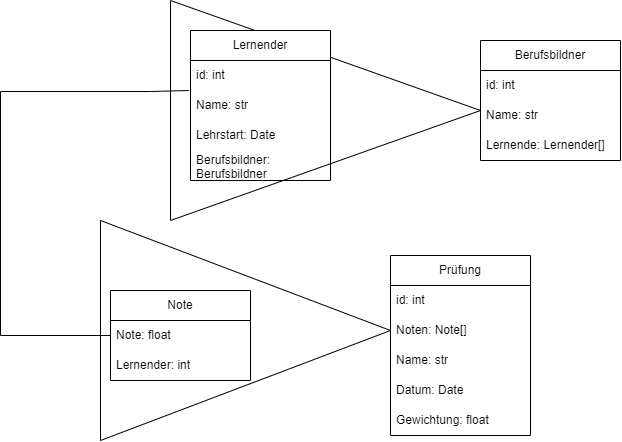
mariotraub/m165 keeps this draw.io diagram as kn-m-02/scheme.png. Above is the earlier version. Source tidied: cells renumbered, new cells last; positions are measured from the earlier drawing's top-left corner, leaving out a move shared by most shapes.
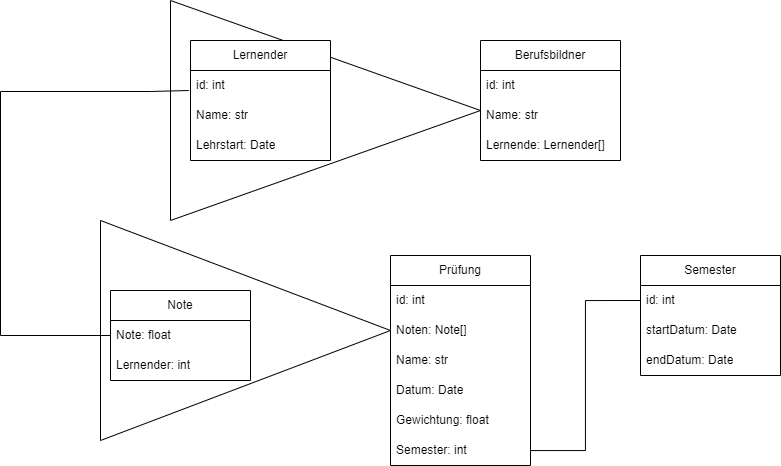
The same diagram one commit later.

What changed in the source:
```diff
@@ -18,7 +18,7 @@
       <mxGeometry y="90" width="140" height="30" as="geometry" />
     </mxCell>
     <mxCell id="7" value="Prüfung" style="swimlane;fontStyle=0;horizontal=1;startSize=30;whiteSpace=wrap;html=1;" parent="1" vertex="1">
-      <mxGeometry x="390" y="255" width="140" height="180" as="geometry" />
+      <mxGeometry x="390" y="255" width="140" height="210" as="geometry" />
     </mxCell>
     <mxCell id="8" value="id: int" style="text;strokeColor=none;fillColor=none;align=left;verticalAlign=middle;spacingLeft=4;spacingRight=4;overflow=hidden;whiteSpace=wrap;html=1;" parent="7" vertex="1">
       <mxGeometry y="30" width="140" height="30" as="geometry" />
@@ -35,6 +35,9 @@
     <mxCell id="12" value="&lt;div&gt;Gewichtung: float&lt;/div&gt;" style="text;strokeColor=none;fillColor=none;align=left;verticalAlign=middle;spacingLeft=4;spacingRight=4;overflow=hidden;whiteSpace=wrap;html=1;" parent="7" vertex="1">
       <mxGeometry y="150" width="140" height="30" as="geometry" />
     </mxCell>
+    <mxCell id="23" value="Semester: int" style="text;strokeColor=none;fillColor=none;align=left;verticalAlign=middle;spacingLeft=4;spacingRight=4;overflow=hidden;points=[[0,0.5],[1,0.5]];portConstraint=eastwest;whiteSpace=wrap;html=1;" parent="7" vertex="1">
+      <mxGeometry y="180" width="140" height="30" as="geometry" />
+    </mxCell>
     <mxCell id="13" style="triangle;whiteSpace=wrap;html=1;rotation=0;" parent="1" vertex="1">
       <mxGeometry x="100" y="220" width="290" height="220" as="geometry" />
     </mxCell>
@@ -58,7 +61,7 @@
       </mxGeometry>
     </mxCell>
     <mxCell id="18" value="Lernender" style="swimlane;fontStyle=0;horizontal=1;startSize=30;whiteSpace=wrap;html=1;" parent="1" vertex="1">
-      <mxGeometry x="190" y="30" width="140" height="150" as="geometry" />
+      <mxGeometry x="190" y="40" width="140" height="120" as="geometry" />
     </mxCell>
     <mxCell id="19" value="id: int" style="text;strokeColor=none;fillColor=none;align=left;verticalAlign=middle;spacingLeft=4;spacingRight=4;overflow=hidden;whiteSpace=wrap;html=1;" parent="18" vertex="1">
       <mxGeometry y="30" width="140" height="30" as="geometry" />
@@ -69,8 +72,20 @@
     <mxCell id="21" value="Lehrstart: Date" style="text;strokeColor=none;fillColor=none;align=left;verticalAlign=middle;spacingLeft=4;spacingRight=4;overflow=hidden;whiteSpace=wrap;html=1;" parent="18" vertex="1">
       <mxGeometry y="90" width="140" height="30" as="geometry" />
     </mxCell>
-    <mxCell id="22" value="Berufsbildner: Berufsbildner" style="text;strokeColor=none;fillColor=none;align=left;verticalAlign=middle;spacingLeft=4;spacingRight=4;overflow=hidden;whiteSpace=wrap;html=1;" parent="18" vertex="1">
-      <mxGeometry y="120" width="140" height="30" as="geometry" />
-    </mxCell>
+    <mxCell id="24" value="Semester" style="swimlane;fontStyle=0;horizontal=1;startSize=30;whiteSpace=wrap;html=1;" parent="1" vertex="1">
+      <mxGeometry x="640" y="255" width="140" height="120" as="geometry" />
+    </mxCell>
+    <mxCell id="25" value="id: int" style="text;strokeColor=none;fillColor=none;align=left;verticalAlign=middle;spacingLeft=4;spacingRight=4;overflow=hidden;points=[[0,0.5],[1,0.5]];portConstraint=eastwest;whiteSpace=wrap;html=1;" parent="24" vertex="1">
+      <mxGeometry y="30" width="140" height="30" as="geometry" />
+    </mxCell>
+    <mxCell id="26" value="startDatum: Date" style="text;strokeColor=none;fillColor=none;align=left;verticalAlign=middle;spacingLeft=4;spacingRight=4;overflow=hidden;whiteSpace=wrap;html=1;" parent="24" vertex="1">
+      <mxGeometry y="60" width="140" height="30" as="geometry" />
+    </mxCell>
+    <mxCell id="27" value="endDatum: Date" style="text;strokeColor=none;fillColor=none;align=left;verticalAlign=middle;spacingLeft=4;spacingRight=4;overflow=hidden;whiteSpace=wrap;html=1;" parent="24" vertex="1">
+      <mxGeometry y="90" width="140" height="30" as="geometry" />
+    </mxCell>
+    <mxCell id="28" style="edgeStyle=orthogonalEdgeStyle;rounded=0;jettySize=auto;html=1;entryX=0;entryY=0.5;entryDx=0;entryDy=0;endArrow=none;startFill=0;" parent="1" edge="1" source="23" target="25">
+      <mxGeometry relative="1" as="geometry" />
+    </mxCell>
   </root>
 </mxGraphModel>
```
